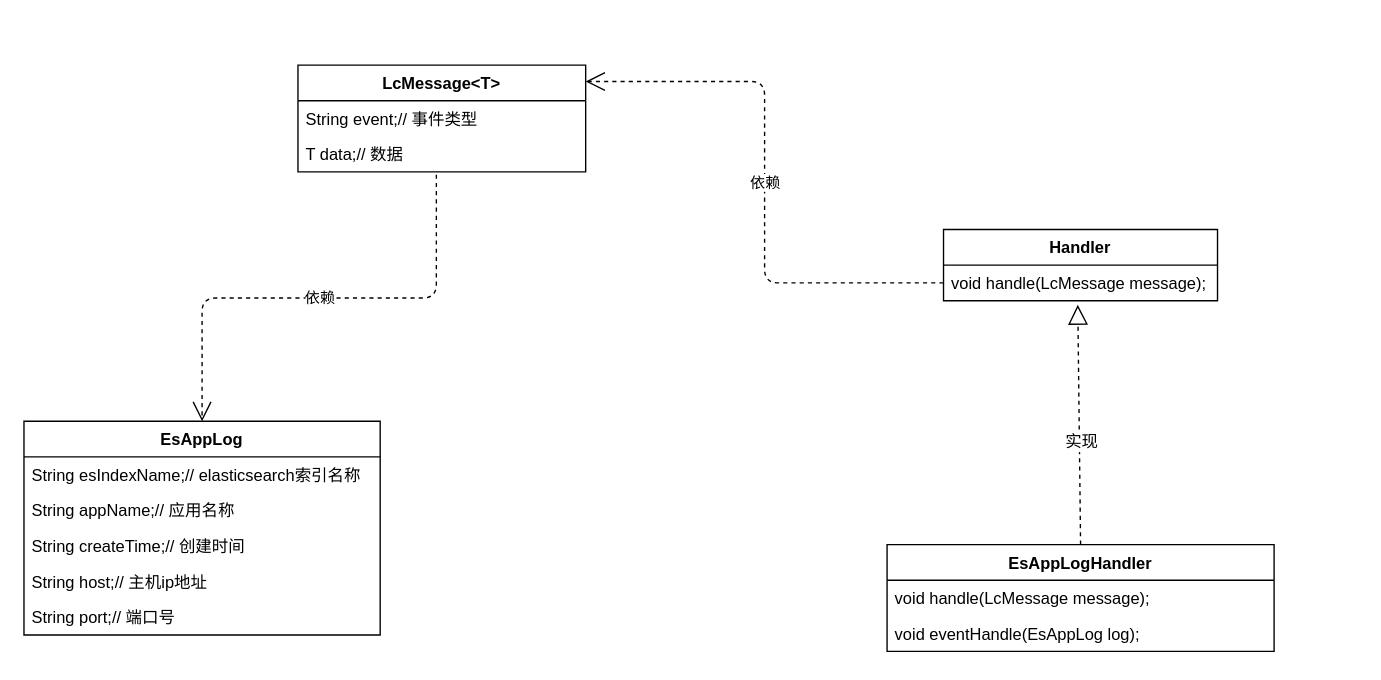
Earlier version of the draw.io diagram spring.cloud.logs.center/src/main/resources/UML/UML图.drawio (karyzeng/share-spring-cloud). Source tidied: cells renumbered, new cells numbered last; positions are measured from the earlier drawing's top-left corner, leaving out a move shared by most shapes. Both pictures are drawn from the tidied source at 137%, with x=0, y=0 at pixel (23, 64).
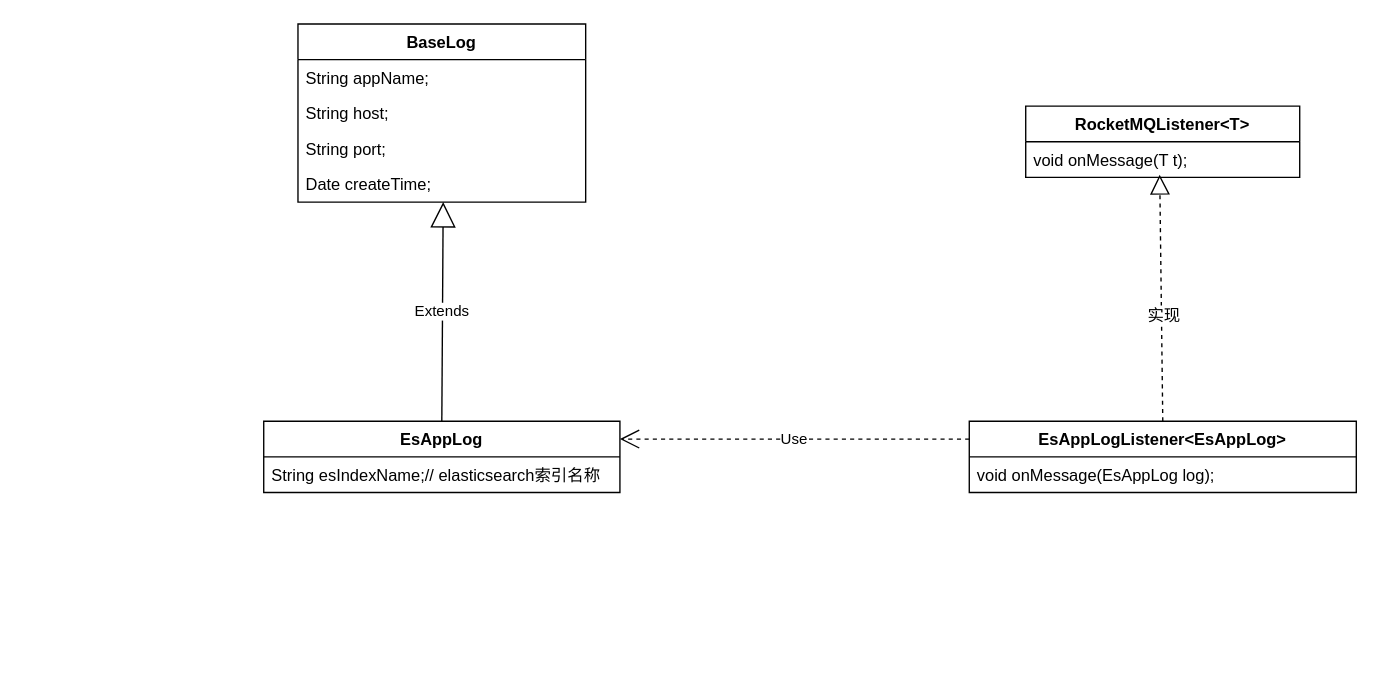
The same diagram, later.

What changed in the source:
```diff
@@
-    <mxCell id="2" value="LcMessage&lt;T&gt;" style="swimlane;fontStyle=1;align=center;verticalAlign=top;horizontal=1;startSize=26;" parent="1" vertex="1">
-      <mxGeometry x="200" width="210" height="78" as="geometry" />
+    <mxCell id="2" value="BaseLog" style="swimlane;fontStyle=1;align=center;verticalAlign=top;horizontal=1;startSize=26;" parent="1" vertex="1">
+      <mxGeometry x="200" y="-30" width="210" height="130" as="geometry" />
     </mxCell>
-    <mxCell id="3" value="String event;// 事件类型" style="text;strokeColor=none;fillColor=none;align=left;verticalAlign=top;spacingLeft=4;spacingRight=4;overflow=hidden;" parent="2" vertex="1">
+    <mxCell id="3" value="String appName;" style="text;strokeColor=none;fillColor=none;align=left;verticalAlign=top;spacingLeft=4;spacingRight=4;overflow=hidden;" parent="2" vertex="1">
       <mxGeometry y="26" width="210" height="26" as="geometry" />
     </mxCell>
-    <mxCell id="4" value="T data;// 数据" style="text;strokeColor=none;fillColor=none;align=left;verticalAlign=top;spacingLeft=4;spacingRight=4;overflow=hidden;points=[[0,0.5],[1,0.5]];portConstraint=eastwest;" parent="2" vertex="1">
+    <mxCell id="4" value="String host;" style="text;strokeColor=none;fillColor=none;align=left;verticalAlign=top;spacingLeft=4;spacingRight=4;overflow=hidden;points=[[0,0.5],[1,0.5]];portConstraint=eastwest;" parent="2" vertex="1">
       <mxGeometry y="52" width="210" height="26" as="geometry" />
     </mxCell>
+    <mxCell id="20" value="String port;" style="text;strokeColor=none;fillColor=none;align=left;verticalAlign=top;spacingLeft=4;spacingRight=4;overflow=hidden;" parent="2" vertex="1">
+      <mxGeometry y="78" width="210" height="26" as="geometry" />
+    </mxCell>
+    <mxCell id="21" value="Date createTime;" style="text;strokeColor=none;fillColor=none;align=left;verticalAlign=top;spacingLeft=4;spacingRight=4;overflow=hidden;" parent="2" vertex="1">
+      <mxGeometry y="104" width="210" height="26" as="geometry" />
+    </mxCell>
     <mxCell id="5" value="EsAppLog" style="swimlane;fontStyle=1;align=center;verticalAlign=top;horizontal=1;startSize=26;" parent="1" vertex="1">
-      <mxGeometry y="260" width="260" height="156" as="geometry" />
+      <mxGeometry x="175" y="260" width="260" height="52" as="geometry" />
     </mxCell>
@@
-    <mxCell id="7" value="String appName;// 应用名称" style="text;strokeColor=none;fillColor=none;align=left;verticalAlign=top;spacingLeft=4;spacingRight=4;overflow=hidden;" parent="5" vertex="1">
-      <mxGeometry y="52" width="260" height="26" as="geometry" />
-    </mxCell>
-    <mxCell id="8" value="String createTime;// 创建时间" style="text;strokeColor=none;fillColor=none;align=left;verticalAlign=top;spacingLeft=4;spacingRight=4;overflow=hidden;" parent="5" vertex="1">
-      <mxGeometry y="78" width="260" height="26" as="geometry" />
-    </mxCell>
-    <mxCell id="9" value="String host;// 主机ip地址" style="text;strokeColor=none;fillColor=none;align=left;verticalAlign=top;spacingLeft=4;spacingRight=4;overflow=hidden;" parent="5" vertex="1">
-      <mxGeometry y="104" width="260" height="26" as="geometry" />
-    </mxCell>
-    <mxCell id="10" value="String port;// 端口号" style="text;strokeColor=none;fillColor=none;align=left;verticalAlign=top;spacingLeft=4;spacingRight=4;overflow=hidden;" parent="5" vertex="1">
-      <mxGeometry y="130" width="260" height="26" as="geometry" />
-    </mxCell>
-    <mxCell id="11" value="Handler" style="swimlane;fontStyle=1;align=center;verticalAlign=top;horizontal=1;startSize=26;" parent="1" vertex="1">
-      <mxGeometry x="671.2" y="120" width="200" height="52" as="geometry" />
+    <mxCell id="11" value="RocketMQListener&lt;T&gt;" style="swimlane;fontStyle=1;align=center;verticalAlign=top;horizontal=1;startSize=26;" parent="1" vertex="1">
+      <mxGeometry x="731.2" y="30" width="200" height="52" as="geometry" />
     </mxCell>
-    <mxCell id="12" value="void handle(LcMessage message);" style="text;strokeColor=none;fillColor=none;align=left;verticalAlign=top;spacingLeft=4;spacingRight=4;overflow=hidden;points=[[0,0.5],[1,0.5]];portConstraint=eastwest;" parent="11" vertex="1">
+    <mxCell id="12" value="void onMessage(T t);" style="text;strokeColor=none;fillColor=none;align=left;verticalAlign=top;spacingLeft=4;spacingRight=4;overflow=hidden;points=[[0,0.5],[1,0.5]];portConstraint=eastwest;" parent="11" vertex="1">
       <mxGeometry y="26" width="200" height="26" as="geometry" />
     </mxCell>
-    <mxCell id="13" value="EsAppLogHandler" style="swimlane;fontStyle=1;align=center;verticalAlign=top;horizontal=1;startSize=26;" parent="1" vertex="1">
-      <mxGeometry x="630" y="350" width="282.5" height="78" as="geometry" />
+    <mxCell id="13" value="EsAppLogListener&lt;EsAppLog&gt;" style="swimlane;fontStyle=1;align=center;verticalAlign=top;horizontal=1;startSize=26;" parent="1" vertex="1">
+      <mxGeometry x="690" y="260" width="282.5" height="52" as="geometry" />
     </mxCell>
-    <mxCell id="14" value="void handle(LcMessage message);" style="text;strokeColor=none;fillColor=none;align=left;verticalAlign=top;spacingLeft=4;spacingRight=4;overflow=hidden;" parent="13" vertex="1">
+    <mxCell id="14" value="void onMessage(EsAppLog log);" style="text;strokeColor=none;fillColor=none;align=left;verticalAlign=top;spacingLeft=4;spacingRight=4;overflow=hidden;" parent="13" vertex="1">
       <mxGeometry y="26" width="282.5" height="26" as="geometry" />
     </mxCell>
-    <mxCell id="15" value="void eventHandle(EsAppLog log);" style="text;strokeColor=none;fillColor=none;align=left;verticalAlign=top;spacingLeft=4;spacingRight=4;overflow=hidden;" parent="13" vertex="1">
-      <mxGeometry y="52" width="282.5" height="26" as="geometry" />
-    </mxCell>
-    <mxCell id="16" style="endArrow=block;dashed=1;endFill=0;endSize=12;html=1;exitX=0.5;exitY=0;exitDx=0;exitDy=0;entryX=0.49;entryY=1.115;entryDx=0;entryDy=0;entryPerimeter=0;" parent="1" edge="1" source="13" target="12">
-      <mxGeometry relative="1" as="geometry" />
+    <mxCell id="16" style="endArrow=block;dashed=1;endFill=0;endSize=12;html=1;exitX=0.5;exitY=0;exitDx=0;exitDy=0;" parent="1" edge="1" source="13">
+      <mxGeometry relative="1" as="geometry">
+        <mxPoint x="829" y="80" as="targetPoint" />
+      </mxGeometry>
     </mxCell>
@@
-    <mxCell id="18" value="依赖" style="endArrow=open;endSize=12;dashed=1;html=1;edgeStyle=orthogonalEdgeStyle;entryX=1;entryY=0.154;entryDx=0;entryDy=0;exitX=0;exitY=0.5;exitDx=0;exitDy=0;entryPerimeter=0;" parent="1" edge="1" source="12" target="2">
-      <mxGeometry relative="1" as="geometry" />
-    </mxCell>
-    <mxCell id="19" value="依赖" style="endArrow=open;endSize=12;dashed=1;html=1;exitX=0.481;exitY=1.077;exitDx=0;exitDy=0;entryX=0.5;entryY=0;entryDx=0;entryDy=0;edgeStyle=orthogonalEdgeStyle;exitPerimeter=0;" parent="1" edge="1" source="4" target="5">
-      <mxGeometry relative="1" as="geometry">
-        <Array as="points">
-          <mxPoint x="301" y="170" />
-          <mxPoint x="130" y="170" />
-        </Array>
-      </mxGeometry>
-    </mxCell>
+    <mxCell id="22" value="Extends" style="endArrow=block;endSize=16;endFill=0;html=1;exitX=0.5;exitY=0;exitDx=0;exitDy=0;" parent="1" edge="1" source="5">
+      <mxGeometry relative="1" as="geometry">
+        <mxPoint x="306" y="100" as="targetPoint" />
+      </mxGeometry>
+    </mxCell>
+    <mxCell id="23" value="Use" style="endArrow=open;endSize=12;dashed=1;html=1;entryX=1;entryY=0.25;entryDx=0;entryDy=0;exitX=0;exitY=0.25;exitDx=0;exitDy=0;" parent="1" edge="1" source="13" target="5">
+      <mxGeometry relative="1" as="geometry" />
+    </mxCell>
```
